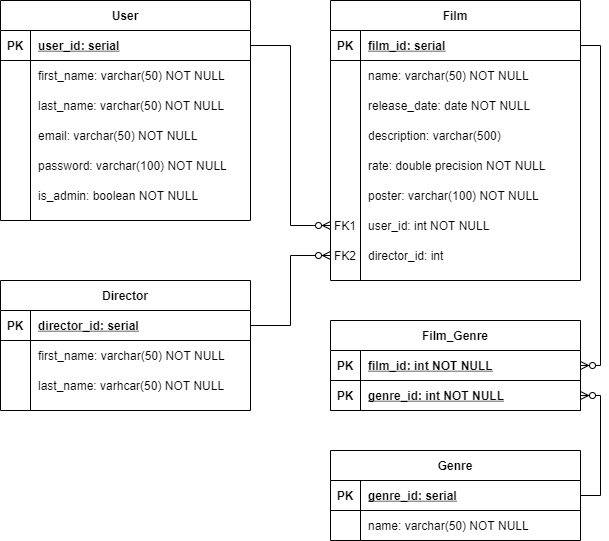
Earlier version of the draw.io export er_diagram/film_er_diagram.png (yuliia-mykhailova/film-api). Source tidied: cells renumbered, new cells last; positions are measured from the earlier drawing's top-left corner, leaving out a move shared by most shapes. The source it was exported from:
```xml
<mxGraphModel>
  <root>
    <mxCell id="0" />
    <mxCell id="1" parent="0" />
    <mxCell id="2" value="Film" style="shape=table;startSize=30;rowLines=0;fontStyle=1;align=center;" parent="1" vertex="1">
      <mxGeometry x="330" width="250" height="280" as="geometry" />
    </mxCell>
    <mxCell id="3" style="shape=partialRectangle;fillColor=none;points=[[0,0.5],[1,0.5]];portConstraint=eastwest;top=0;left=0;right=0;bottom=1;" parent="2" vertex="1">
      <mxGeometry y="30" width="250" height="30" as="geometry" />
    </mxCell>
    <mxCell id="4" value="PK" style="shape=partialRectangle;overflow=hidden;fillColor=none;top=0;left=0;bottom=0;right=0;fontStyle=1;" parent="3" vertex="1">
      <mxGeometry width="30" height="30" as="geometry" />
    </mxCell>
    <mxCell id="5" value="film_id: serial" style="shape=partialRectangle;overflow=hidden;fillColor=none;top=0;left=0;bottom=0;right=0;align=left;spacingLeft=6;fontStyle=5;" parent="3" vertex="1">
      <mxGeometry x="30" width="220" height="30" as="geometry" />
    </mxCell>
    <mxCell id="6" style="shape=partialRectangle;fillColor=none;top=0;left=0;right=0;bottom=0;" parent="2" vertex="1">
      <mxGeometry y="60" width="250" height="30" as="geometry" />
    </mxCell>
    <mxCell id="7" style="shape=partialRectangle;overflow=hidden;fillColor=none;top=0;left=0;bottom=0;right=0;" parent="6" vertex="1">
      <mxGeometry width="30" height="30" as="geometry" />
    </mxCell>
    <mxCell id="8" value="name: varchar(50) NOT NULL" style="shape=partialRectangle;overflow=hidden;fillColor=none;top=0;left=0;bottom=0;right=0;align=left;spacingLeft=6;" parent="6" vertex="1">
      <mxGeometry x="30" width="220" height="30" as="geometry" />
    </mxCell>
    <mxCell id="9" style="shape=partialRectangle;fillColor=none;top=0;left=0;right=0;bottom=0;" parent="2" vertex="1">
      <mxGeometry y="90" width="250" height="30" as="geometry" />
    </mxCell>
    <mxCell id="10" style="shape=partialRectangle;overflow=hidden;fillColor=none;top=0;left=0;bottom=0;right=0;" parent="9" vertex="1">
      <mxGeometry width="30" height="30" as="geometry" />
    </mxCell>
    <mxCell id="11" value="release_date: date NOT NULL" style="shape=partialRectangle;overflow=hidden;fillColor=none;top=0;left=0;bottom=0;right=0;align=left;spacingLeft=6;" parent="9" vertex="1">
      <mxGeometry x="30" width="220" height="30" as="geometry" />
    </mxCell>
    <mxCell id="12" style="shape=partialRectangle;fillColor=none;top=0;left=0;right=0;bottom=0;" parent="2" vertex="1">
      <mxGeometry y="120" width="250" height="30" as="geometry" />
    </mxCell>
    <mxCell id="13" style="shape=partialRectangle;overflow=hidden;fillColor=none;top=0;left=0;bottom=0;right=0;" parent="12" vertex="1">
      <mxGeometry width="30" height="30" as="geometry" />
    </mxCell>
    <mxCell id="14" value="description: varchar(500) " style="shape=partialRectangle;overflow=hidden;fillColor=none;top=0;left=0;bottom=0;right=0;align=left;spacingLeft=6;" parent="12" vertex="1">
      <mxGeometry x="30" width="220" height="30" as="geometry" />
    </mxCell>
    <mxCell id="15" style="shape=partialRectangle;fillColor=none;top=0;left=0;right=0;bottom=0;" parent="2" vertex="1">
      <mxGeometry y="150" width="250" height="30" as="geometry" />
    </mxCell>
    <mxCell id="16" style="shape=partialRectangle;overflow=hidden;fillColor=none;top=0;left=0;bottom=0;right=0;" parent="15" vertex="1">
      <mxGeometry width="30" height="30" as="geometry" />
    </mxCell>
    <mxCell id="17" value="rate: double precision NOT NULL" style="shape=partialRectangle;overflow=hidden;fillColor=none;top=0;left=0;bottom=0;right=0;align=left;spacingLeft=6;" parent="15" vertex="1">
      <mxGeometry x="30" width="220" height="30" as="geometry" />
    </mxCell>
    <mxCell id="18" style="shape=partialRectangle;fillColor=none;top=0;left=0;right=0;bottom=0;" parent="2" vertex="1">
      <mxGeometry y="180" width="250" height="30" as="geometry" />
    </mxCell>
    <mxCell id="19" style="shape=partialRectangle;overflow=hidden;fillColor=none;top=0;left=0;bottom=0;right=0;" parent="18" vertex="1">
      <mxGeometry width="30" height="30" as="geometry" />
    </mxCell>
    <mxCell id="20" value="poster: varchar(100) NOT NULL" style="shape=partialRectangle;overflow=hidden;fillColor=none;top=0;left=0;bottom=0;right=0;align=left;spacingLeft=6;" parent="18" vertex="1">
      <mxGeometry x="30" width="220" height="30" as="geometry" />
    </mxCell>
    <mxCell id="21" style="shape=partialRectangle;fillColor=none;points=[[0,0.5],[1,0.5]];portConstraint=eastwest;top=0;left=0;right=0;bottom=0;" parent="2" vertex="1">
      <mxGeometry y="210" width="250" height="30" as="geometry" />
    </mxCell>
    <mxCell id="22" value="FK1" style="shape=partialRectangle;overflow=hidden;fillColor=none;top=0;left=0;bottom=0;right=0;" parent="21" vertex="1">
      <mxGeometry width="30" height="30" as="geometry" />
    </mxCell>
    <mxCell id="23" value="user_id: int NOT NULL" style="shape=partialRectangle;overflow=hidden;fillColor=none;top=0;left=0;bottom=0;right=0;align=left;spacingLeft=6;" parent="21" vertex="1">
      <mxGeometry x="30" width="220" height="30" as="geometry" />
    </mxCell>
    <mxCell id="24" style="shape=partialRectangle;fillColor=none;points=[[0,0.5],[1,0.5]];portConstraint=eastwest;top=0;left=0;right=0;bottom=0;" parent="2" vertex="1">
      <mxGeometry y="240" width="250" height="30" as="geometry" />
    </mxCell>
    <mxCell id="25" value="FK2" style="shape=partialRectangle;overflow=hidden;fillColor=none;top=0;left=0;bottom=0;right=0;" parent="24" vertex="1">
      <mxGeometry width="30" height="30" as="geometry" />
    </mxCell>
    <mxCell id="26" value="director_id: int" style="shape=partialRectangle;overflow=hidden;fillColor=none;top=0;left=0;bottom=0;right=0;align=left;spacingLeft=6;" parent="24" vertex="1">
      <mxGeometry x="30" width="220" height="30" as="geometry" />
    </mxCell>
    <mxCell id="27" value="Director" style="shape=table;startSize=30;rowLines=0;fontStyle=1;align=center;" parent="1" vertex="1">
      <mxGeometry y="280" width="250" height="130" as="geometry" />
    </mxCell>
    <mxCell id="28" style="shape=partialRectangle;fillColor=none;points=[[0,0.5],[1,0.5]];portConstraint=eastwest;top=0;left=0;right=0;bottom=1;" parent="27" vertex="1">
      <mxGeometry y="30" width="250" height="30" as="geometry" />
    </mxCell>
    <mxCell id="29" value="PK" style="shape=partialRectangle;overflow=hidden;fillColor=none;top=0;left=0;bottom=0;right=0;fontStyle=1;" parent="28" vertex="1">
      <mxGeometry width="30" height="30" as="geometry" />
    </mxCell>
    <mxCell id="30" value="director_id: serial" style="shape=partialRectangle;overflow=hidden;fillColor=none;top=0;left=0;bottom=0;right=0;align=left;spacingLeft=6;fontStyle=5;" parent="28" vertex="1">
      <mxGeometry x="30" width="220" height="30" as="geometry" />
    </mxCell>
    <mxCell id="31" style="shape=partialRectangle;fillColor=none;top=0;left=0;right=0;bottom=0;" parent="27" vertex="1">
      <mxGeometry y="60" width="250" height="30" as="geometry" />
    </mxCell>
    <mxCell id="32" style="shape=partialRectangle;overflow=hidden;fillColor=none;top=0;left=0;bottom=0;right=0;" parent="31" vertex="1">
      <mxGeometry width="30" height="30" as="geometry" />
    </mxCell>
    <mxCell id="33" value="first_name: varchar(50) NOT NULL" style="shape=partialRectangle;overflow=hidden;fillColor=none;top=0;left=0;bottom=0;right=0;align=left;spacingLeft=6;" parent="31" vertex="1">
      <mxGeometry x="30" width="220" height="30" as="geometry" />
    </mxCell>
    <mxCell id="34" style="shape=partialRectangle;fillColor=none;top=0;left=0;right=0;bottom=0;" parent="27" vertex="1">
      <mxGeometry y="90" width="250" height="30" as="geometry" />
    </mxCell>
    <mxCell id="35" style="shape=partialRectangle;overflow=hidden;fillColor=none;top=0;left=0;bottom=0;right=0;" parent="34" vertex="1">
      <mxGeometry width="30" height="30" as="geometry" />
    </mxCell>
    <mxCell id="36" value="last_name: varhcar(50) NOT NULL" style="shape=partialRectangle;overflow=hidden;fillColor=none;top=0;left=0;bottom=0;right=0;align=left;spacingLeft=6;" parent="34" vertex="1">
      <mxGeometry x="30" width="220" height="30" as="geometry" />
    </mxCell>
    <mxCell id="37" value="User" style="shape=table;startSize=30;rowLines=0;fontStyle=1;align=center;" parent="1" vertex="1">
      <mxGeometry width="250" height="220" as="geometry" />
    </mxCell>
    <mxCell id="38" style="shape=partialRectangle;fillColor=none;points=[[0,0.5],[1,0.5]];portConstraint=eastwest;top=0;left=0;right=0;bottom=1;" parent="37" vertex="1">
      <mxGeometry y="30" width="250" height="30" as="geometry" />
    </mxCell>
    <mxCell id="39" value="PK" style="shape=partialRectangle;overflow=hidden;fillColor=none;top=0;left=0;bottom=0;right=0;fontStyle=1;" parent="38" vertex="1">
      <mxGeometry width="30" height="30" as="geometry" />
    </mxCell>
    <mxCell id="40" value="user_id: serial" style="shape=partialRectangle;overflow=hidden;fillColor=none;top=0;left=0;bottom=0;right=0;align=left;spacingLeft=6;fontStyle=5;" parent="38" vertex="1">
      <mxGeometry x="30" width="220" height="30" as="geometry" />
    </mxCell>
    <mxCell id="41" style="shape=partialRectangle;fillColor=none;top=0;left=0;right=0;bottom=0;" parent="37" vertex="1">
      <mxGeometry y="60" width="250" height="30" as="geometry" />
    </mxCell>
    <mxCell id="42" style="shape=partialRectangle;overflow=hidden;fillColor=none;top=0;left=0;bottom=0;right=0;" parent="41" vertex="1">
      <mxGeometry width="30" height="30" as="geometry" />
    </mxCell>
    <mxCell id="43" value="first_name: varchar(50) NOT NULL" style="shape=partialRectangle;overflow=hidden;fillColor=none;top=0;left=0;bottom=0;right=0;align=left;spacingLeft=6;" parent="41" vertex="1">
      <mxGeometry x="30" width="220" height="30" as="geometry" />
    </mxCell>
    <mxCell id="44" style="shape=partialRectangle;fillColor=none;top=0;left=0;right=0;bottom=0;" parent="37" vertex="1">
      <mxGeometry y="90" width="250" height="30" as="geometry" />
    </mxCell>
    <mxCell id="45" style="shape=partialRectangle;overflow=hidden;fillColor=none;top=0;left=0;bottom=0;right=0;" parent="44" vertex="1">
      <mxGeometry width="30" height="30" as="geometry" />
    </mxCell>
    <mxCell id="46" value="last_name: varchar(50) NOT NULL" style="shape=partialRectangle;overflow=hidden;fillColor=none;top=0;left=0;bottom=0;right=0;align=left;spacingLeft=6;" parent="44" vertex="1">
      <mxGeometry x="30" width="220" height="30" as="geometry" />
    </mxCell>
    <mxCell id="47" style="shape=partialRectangle;fillColor=none;top=0;left=0;right=0;bottom=0;" parent="37" vertex="1">
      <mxGeometry y="120" width="250" height="30" as="geometry" />
    </mxCell>
    <mxCell id="48" style="shape=partialRectangle;overflow=hidden;fillColor=none;top=0;left=0;bottom=0;right=0;" parent="47" vertex="1">
      <mxGeometry width="30" height="30" as="geometry" />
    </mxCell>
    <mxCell id="49" value="email: varchar(50) NOT NULL" style="shape=partialRectangle;overflow=hidden;fillColor=none;top=0;left=0;bottom=0;right=0;align=left;spacingLeft=6;" parent="47" vertex="1">
      <mxGeometry x="30" width="220" height="30" as="geometry" />
    </mxCell>
    <mxCell id="50" style="shape=partialRectangle;fillColor=none;top=0;left=0;right=0;bottom=0;" parent="37" vertex="1">
      <mxGeometry y="150" width="250" height="30" as="geometry" />
    </mxCell>
    <mxCell id="51" style="shape=partialRectangle;overflow=hidden;fillColor=none;top=0;left=0;bottom=0;right=0;" parent="50" vertex="1">
      <mxGeometry width="30" height="30" as="geometry" />
    </mxCell>
    <mxCell id="52" value="password: varchar(100) NOT NULL" style="shape=partialRectangle;overflow=hidden;fillColor=none;top=0;left=0;bottom=0;right=0;align=left;spacingLeft=6;" parent="50" vertex="1">
      <mxGeometry x="30" width="220" height="30" as="geometry" />
    </mxCell>
    <mxCell id="53" style="shape=partialRectangle;fillColor=none;top=0;left=0;right=0;bottom=0;" parent="37" vertex="1">
      <mxGeometry y="180" width="250" height="30" as="geometry" />
    </mxCell>
    <mxCell id="54" style="shape=partialRectangle;overflow=hidden;fillColor=none;top=0;left=0;bottom=0;right=0;" parent="53" vertex="1">
      <mxGeometry width="30" height="30" as="geometry" />
    </mxCell>
    <mxCell id="55" value="is_admin: boolean NOT NULL" style="shape=partialRectangle;overflow=hidden;fillColor=none;top=0;left=0;bottom=0;right=0;align=left;spacingLeft=6;" parent="53" vertex="1">
      <mxGeometry x="30" width="220" height="30" as="geometry" />
    </mxCell>
    <mxCell id="56" style="edgeStyle=orthogonalEdgeStyle;rounded=0;jettySize=auto;html=1;exitX=1;exitY=0.5;exitDx=0;exitDy=0;entryX=0;entryY=0.5;entryDx=0;entryDy=0;endArrow=ERzeroToMany;endFill=1;" parent="1" edge="1" source="38" target="21">
      <mxGeometry relative="1" as="geometry" />
    </mxCell>
    <mxCell id="57" style="edgeStyle=orthogonalEdgeStyle;rounded=0;jettySize=auto;html=1;exitX=1;exitY=0.5;exitDx=0;exitDy=0;entryX=0;entryY=0.5;entryDx=0;entryDy=0;endArrow=ERzeroToMany;endFill=1;" parent="1" edge="1" source="28" target="24">
      <mxGeometry relative="1" as="geometry" />
    </mxCell>
    <mxCell id="58" value="Genre" style="shape=table;startSize=30;rowLines=0;fontStyle=1;align=center;" parent="1" vertex="1">
      <mxGeometry x="330" y="450" width="250" height="90" as="geometry" />
    </mxCell>
    <mxCell id="59" style="shape=partialRectangle;fillColor=none;points=[[0,0.5],[1,0.5]];portConstraint=eastwest;top=0;left=0;right=0;bottom=1;" parent="58" vertex="1">
      <mxGeometry y="30" width="250" height="30" as="geometry" />
    </mxCell>
    <mxCell id="60" value="PK" style="shape=partialRectangle;overflow=hidden;fillColor=none;top=0;left=0;bottom=0;right=0;fontStyle=1;" parent="59" vertex="1">
      <mxGeometry width="30" height="30" as="geometry" />
    </mxCell>
    <mxCell id="61" value="genre_id: serial" style="shape=partialRectangle;overflow=hidden;fillColor=none;top=0;left=0;bottom=0;right=0;align=left;spacingLeft=6;fontStyle=5;" parent="59" vertex="1">
      <mxGeometry x="30" width="220" height="30" as="geometry" />
    </mxCell>
    <mxCell id="62" style="shape=partialRectangle;fillColor=none;top=0;left=0;right=0;bottom=0;" parent="58" vertex="1">
      <mxGeometry y="60" width="250" height="30" as="geometry" />
    </mxCell>
    <mxCell id="63" style="shape=partialRectangle;overflow=hidden;fillColor=none;top=0;left=0;bottom=0;right=0;" parent="62" vertex="1">
      <mxGeometry width="30" height="30" as="geometry" />
    </mxCell>
    <mxCell id="64" value="name: varchar(50) NOT NULL" style="shape=partialRectangle;overflow=hidden;fillColor=none;top=0;left=0;bottom=0;right=0;align=left;spacingLeft=6;" parent="62" vertex="1">
      <mxGeometry x="30" width="220" height="30" as="geometry" />
    </mxCell>
    <mxCell id="65" value="Film_Genre" style="shape=table;startSize=30;rowLines=0;fontStyle=1;align=center;" parent="1" vertex="1">
      <mxGeometry x="330" y="320" width="250" height="90" as="geometry" />
    </mxCell>
    <mxCell id="66" style="shape=partialRectangle;fillColor=none;points=[[0,0.5],[1,0.5]];portConstraint=eastwest;top=0;left=0;right=0;bottom=1;" parent="65" vertex="1">
      <mxGeometry y="30" width="250" height="30" as="geometry" />
    </mxCell>
    <mxCell id="67" value="PK" style="shape=partialRectangle;overflow=hidden;fillColor=none;top=0;left=0;bottom=0;right=0;fontStyle=1;" parent="66" vertex="1">
      <mxGeometry width="30" height="30" as="geometry" />
    </mxCell>
    <mxCell id="68" value="film_id: int NOT NULL" style="shape=partialRectangle;overflow=hidden;fillColor=none;top=0;left=0;bottom=0;right=0;align=left;spacingLeft=6;fontStyle=5;" parent="66" vertex="1">
      <mxGeometry x="30" width="220" height="30" as="geometry" />
    </mxCell>
    <mxCell id="69" style="shape=partialRectangle;fillColor=none;points=[[0,0.5],[1,0.5]];portConstraint=eastwest;top=0;left=0;right=0;bottom=1;" parent="65" vertex="1">
      <mxGeometry y="60" width="250" height="30" as="geometry" />
    </mxCell>
    <mxCell id="70" value="PK" style="shape=partialRectangle;overflow=hidden;fillColor=none;top=0;left=0;bottom=0;right=0;fontStyle=1;" parent="69" vertex="1">
      <mxGeometry width="30" height="30" as="geometry" />
    </mxCell>
    <mxCell id="71" value="genre_id: int NOT NULL" style="shape=partialRectangle;overflow=hidden;fillColor=none;top=0;left=0;bottom=0;right=0;align=left;spacingLeft=6;fontStyle=5;" parent="69" vertex="1">
      <mxGeometry x="30" width="220" height="30" as="geometry" />
    </mxCell>
    <mxCell id="72" style="edgeStyle=orthogonalEdgeStyle;rounded=0;jettySize=auto;html=1;exitX=1;exitY=0.5;exitDx=0;exitDy=0;entryX=1;entryY=0.5;entryDx=0;entryDy=0;endArrow=ERzeroToMany;endFill=1;" parent="1" edge="1" source="59" target="69">
      <mxGeometry relative="1" as="geometry" />
    </mxCell>
    <mxCell id="73" style="edgeStyle=orthogonalEdgeStyle;rounded=0;jettySize=auto;html=1;exitX=1;exitY=0.5;exitDx=0;exitDy=0;entryX=1;entryY=0.5;entryDx=0;entryDy=0;endArrow=ERzeroToMany;endFill=1;" parent="1" edge="1" source="3" target="66">
      <mxGeometry relative="1" as="geometry" />
    </mxCell>
  </root>
</mxGraphModel>
```
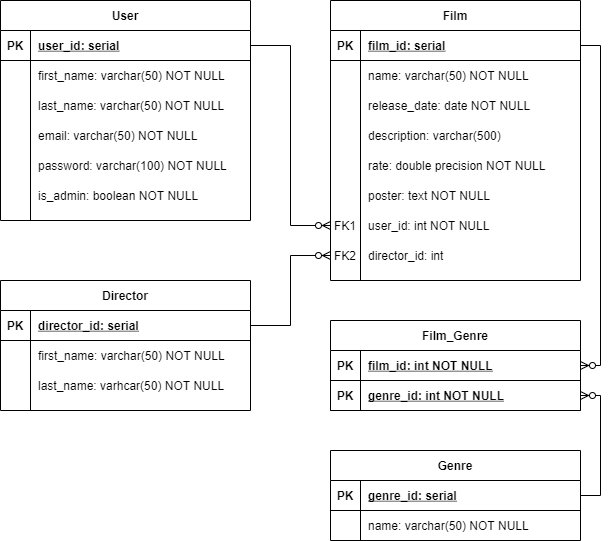
After the change.

Change to the diagram source:
```diff
@@ -56,7 +56,7 @@
     <mxCell id="19" style="shape=partialRectangle;overflow=hidden;fillColor=none;top=0;left=0;bottom=0;right=0;" parent="18" vertex="1">
       <mxGeometry width="30" height="30" as="geometry" />
     </mxCell>
-    <mxCell id="20" value="poster: varchar(100) NOT NULL" style="shape=partialRectangle;overflow=hidden;fillColor=none;top=0;left=0;bottom=0;right=0;align=left;spacingLeft=6;" parent="18" vertex="1">
+    <mxCell id="20" value="poster: text NOT NULL" style="shape=partialRectangle;overflow=hidden;fillColor=none;top=0;left=0;bottom=0;right=0;align=left;spacingLeft=6;" parent="18" vertex="1">
       <mxGeometry x="30" width="220" height="30" as="geometry" />
     </mxCell>
     <mxCell id="21" style="shape=partialRectangle;fillColor=none;points=[[0,0.5],[1,0.5]];portConstraint=eastwest;top=0;left=0;right=0;bottom=0;" parent="2" vertex="1">
```
